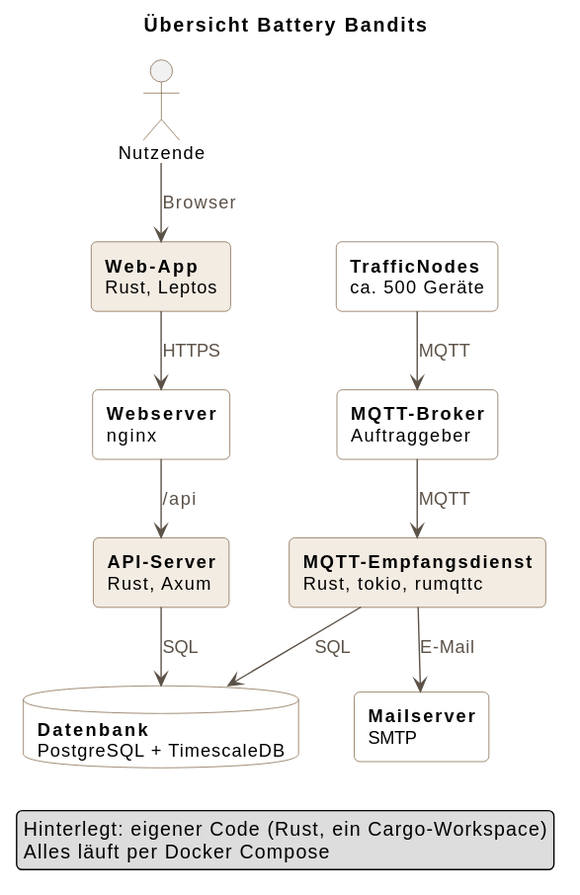
This is docs/diagrams/architecture/uebersicht.svg from Noah9935/Battery-Bandits, a PlantUML export, as it was before one commit. Source of this version:
```plantuml
@startuml
skinparam shadowing false
skinparam roundCorner 8
skinparam defaultFontSize 13
skinparam ArrowColor #5C5248
skinparam ArrowFontColor #5C5248
skinparam rectangle {
  BackgroundColor #FFFFFF
  BorderColor #7A5C3E
}
skinparam database {
  BackgroundColor #FFFFFF
  BorderColor #7A5C3E
}
skinparam actor {
  BorderColor #7A5C3E
}
skinparam nodesep 40
skinparam ranksep 40

title Übersicht Battery Bandits

actor "Nutzende" as user

rectangle web #F3ECE3 [
**Web-App**
Rust, Leptos
]

rectangle nginx [
**Webserver**
nginx
]

rectangle api #F3ECE3 [
**API-Server**
Rust, Axum
]

rectangle ingest #F3ECE3 [
**MQTT-Empfangsdienst**
Rust, tokio, rumqttc
]

database db [
**Datenbank**
PostgreSQL + TimescaleDB
]

rectangle broker [
**MQTT-Broker**
Auftraggeber
]

rectangle tn [
**TrafficNodes**
ca. 500 Geräte
]

rectangle smtp [
**Mailserver**
SMTP
]

user --> web : Browser
web --> nginx : HTTPS
nginx --> api : /api
api --> db : SQL

tn --> broker : MQTT
broker --> ingest : MQTT
ingest --> db : SQL
ingest --> smtp : E-Mail

legend right
  Hinterlegt: eigener Code (Rust, ein Cargo-Workspace)
  Alles läuft per Docker Compose
endlegend
@enduml
```
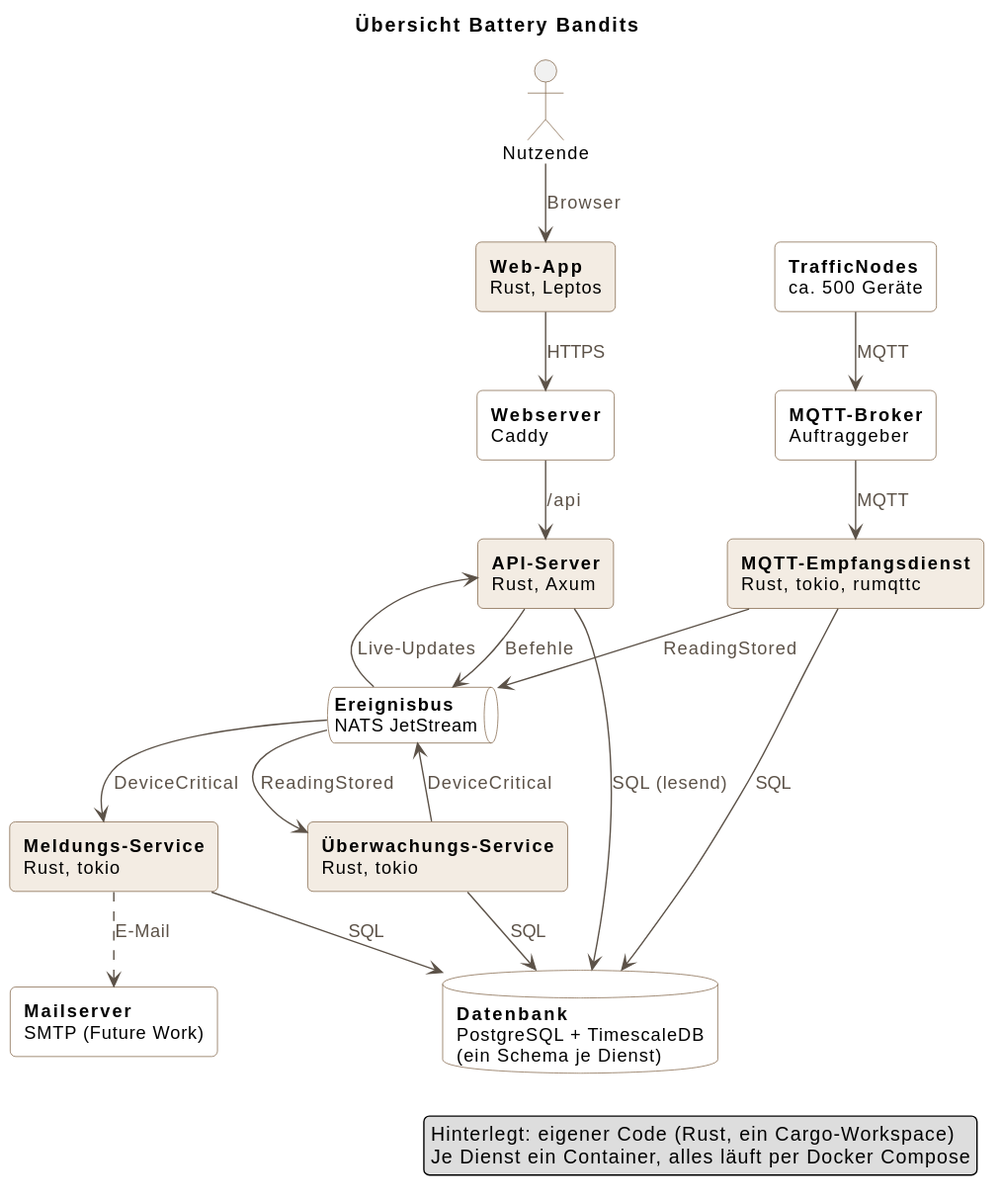
The same file after the commit.

What changed in the source:
```diff
@@ -5,6 +5,10 @@
 skinparam ArrowColor #5C5248
 skinparam ArrowFontColor #5C5248
 skinparam rectangle {
+  BackgroundColor #FFFFFF
+  BorderColor #7A5C3E
+}
+skinparam queue {
   BackgroundColor #FFFFFF
   BorderColor #7A5C3E
 }
@@ -27,9 +31,9 @@
 Rust, Leptos
 ]
 
-rectangle nginx [
+rectangle caddy [
 **Webserver**
-nginx
+Caddy
 ]
 
 rectangle api #F3ECE3 [
@@ -42,9 +46,25 @@
 Rust, tokio, rumqttc
 ]
 
+rectangle monitor #F3ECE3 [
+**Überwachungs-Service**
+Rust, tokio
+]
+
+rectangle incidents #F3ECE3 [
+**Meldungs-Service**
+Rust, tokio
+]
+
+queue bus [
+**Ereignisbus**
+NATS JetStream
+]
+
 database db [
 **Datenbank**
 PostgreSQL + TimescaleDB
+(ein Schema je Dienst)
 ]
 
 rectangle broker [
@@ -59,21 +79,29 @@
 
 rectangle smtp [
 **Mailserver**
-SMTP
+SMTP (Future Work)
 ]
 
 user --> web : Browser
-web --> nginx : HTTPS
-nginx --> api : /api
-api --> db : SQL
+web --> caddy : HTTPS
+caddy --> api : /api
 
 tn --> broker : MQTT
 broker --> ingest : MQTT
 ingest --> db : SQL
-ingest --> smtp : E-Mail
+ingest --> bus : ReadingStored
+bus --> monitor : ReadingStored
+monitor --> db : SQL
+monitor --> bus : DeviceCritical
+bus --> incidents : DeviceCritical
+incidents --> db : SQL
+incidents ..> smtp : E-Mail
+api --> db : SQL (lesend)
+bus --> api : Live-Updates
+api --> bus : Befehle
 
 legend right
   Hinterlegt: eigener Code (Rust, ein Cargo-Workspace)
-  Alles läuft per Docker Compose
+  Je Dienst ein Container, alles läuft per Docker Compose
 endlegend
 @enduml
```
